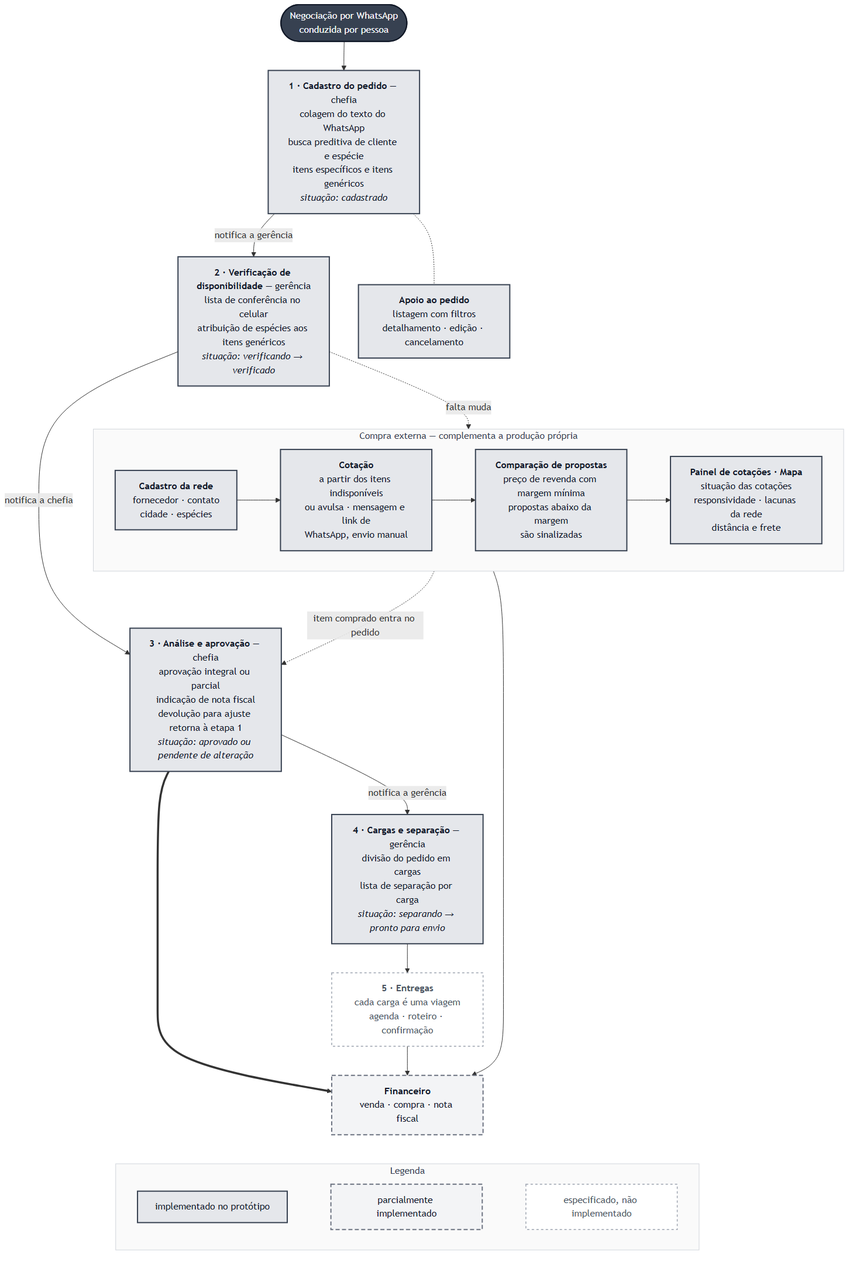
Above: docs/rotinas/img/mapa-3-comercial.png in JoaoMudar/mudar (Mermaid), before the change. Its source is kept beside it as docs/rotinas/img/mapa-3-comercial.mmd.
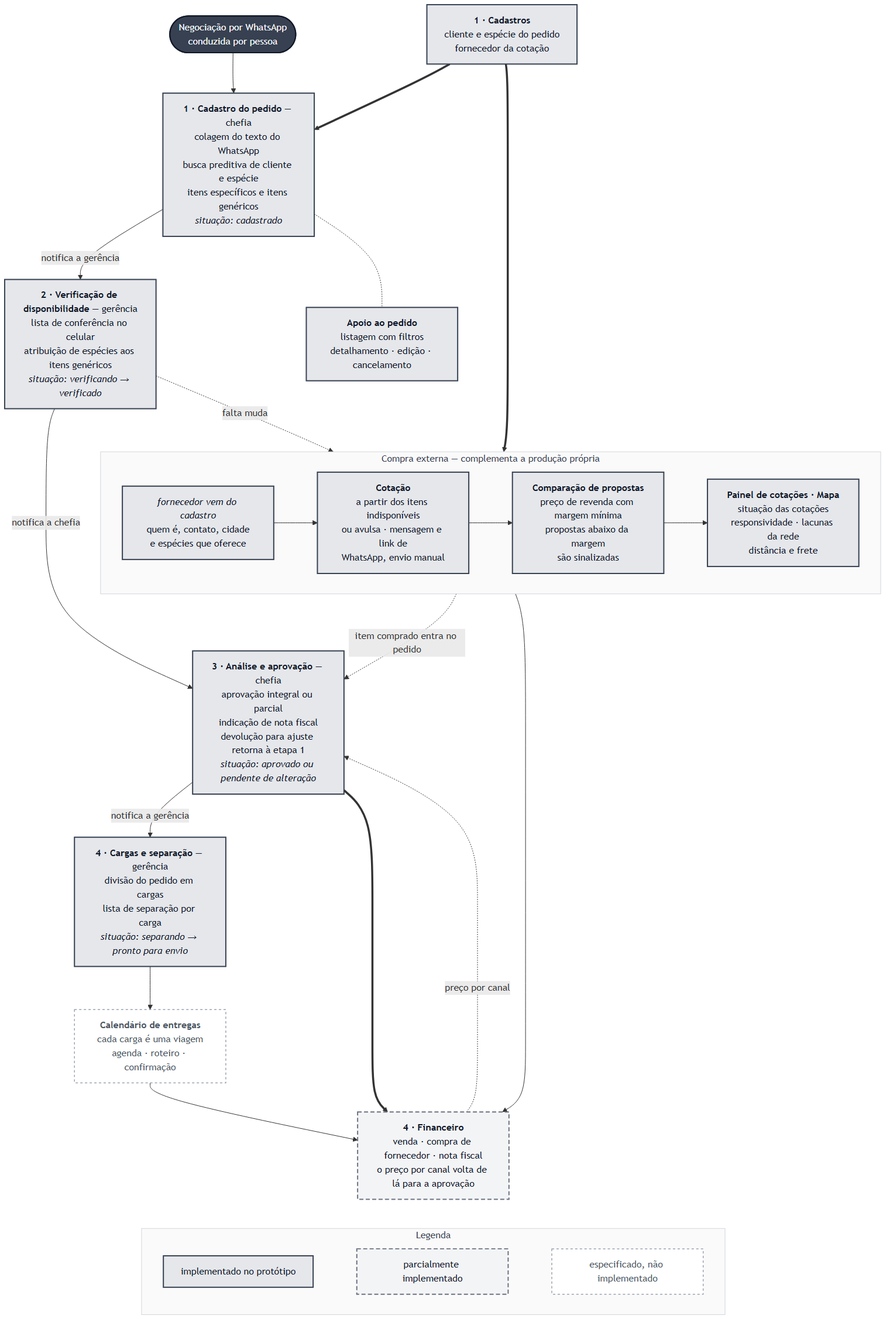
Later version of the same file.

Change to the diagram source:
```diff
@@ -5,21 +5,25 @@
   P2["<b>2 · Verificação de disponibilidade</b> &mdash; gerência<br/>lista de conferência no celular<br/>atribuição de espécies aos itens genéricos<br/><i>situação: verificando &rarr; verificado</i>"]
   P3["<b>3 · Análise e aprovação</b> &mdash; chefia<br/>aprovação integral ou parcial<br/>indicação de nota fiscal<br/>devolução para ajuste retorna à etapa 1<br/><i>situação: aprovado ou pendente de alteração</i>"]
   P4["<b>4 · Cargas e separação</b> &mdash; gerência<br/>divisão do pedido em cargas<br/>lista de separação por carga<br/><i>situação: separando &rarr; pronto para envio</i>"]
-  ENT["<b>5 · Entregas</b><br/>cada carga é uma viagem<br/>agenda · roteiro · confirmação"]
+  ENT["<b>Calendário de entregas</b><br/>cada carga é uma viagem<br/>agenda · roteiro · confirmação"]
 
   APO["<b>Apoio ao pedido</b><br/>listagem com filtros<br/>detalhamento · edição · cancelamento"]
 
+  CAD["<b>1 · Cadastros</b><br/>cliente e espécie do pedido<br/>fornecedor da cotação"]
+
   subgraph FORN["Compra externa &mdash; complementa a produção própria"]
     direction LR
-    F1["<b>Cadastro da rede</b><br/>fornecedor · contato<br/>cidade · espécies"]
+    F1["<i>fornecedor vem do cadastro</i><br/>quem é, contato, cidade<br/>e espécies que oferece"]
     F2["<b>Cotação</b><br/>a partir dos itens indisponíveis<br/>ou avulsa · mensagem e link de<br/>WhatsApp, envio manual"]
     F3["<b>Comparação de propostas</b><br/>preço de revenda com margem mínima<br/>propostas abaixo da margem<br/>são sinalizadas"]
     F4["<b>Painel de cotações · Mapa</b><br/>situação das cotações<br/>responsividade · lacunas da rede<br/>distância e frete"]
     F1 --> F2 --> F3 --> F4
   end
 
-  FIN["<b>Financeiro</b><br/>venda · compra · nota fiscal"]
+  FIN["<b>4 · Financeiro</b><br/>venda · compra de fornecedor · nota fiscal<br/>o preço por canal volta de lá para a aprovação"]
 
+  CAD ==> P1
+  CAD ==> F1
   WPP --> P1
   P1 -->|"notifica a gerência"| P2
   P2 -->|"notifica a chefia"| P3
@@ -31,6 +35,7 @@
   P3 ==> FIN
   F3 --> FIN
   ENT --> FIN
+  FIN -.->|"preço por canal"| P3
 
   subgraph LEG["Legenda"]
     direction LR
@@ -47,7 +52,7 @@
   classDef ator fill:#374151,stroke:#111827,stroke-width:2px,color:#f9fafb
   classDef grupo fill:#fafafa,stroke:#d1d5db,stroke-width:1px,color:#374151
 
-  class P1,P2,P3,P4,F1,F2,F3,F4,APO,L1 feito
+  class CAD,P1,P2,P3,P4,F1,F2,F3,F4,APO,L1 feito
   class FIN,L2 parcial
   class ENT,L3 futuro
   class WPP ator
```
